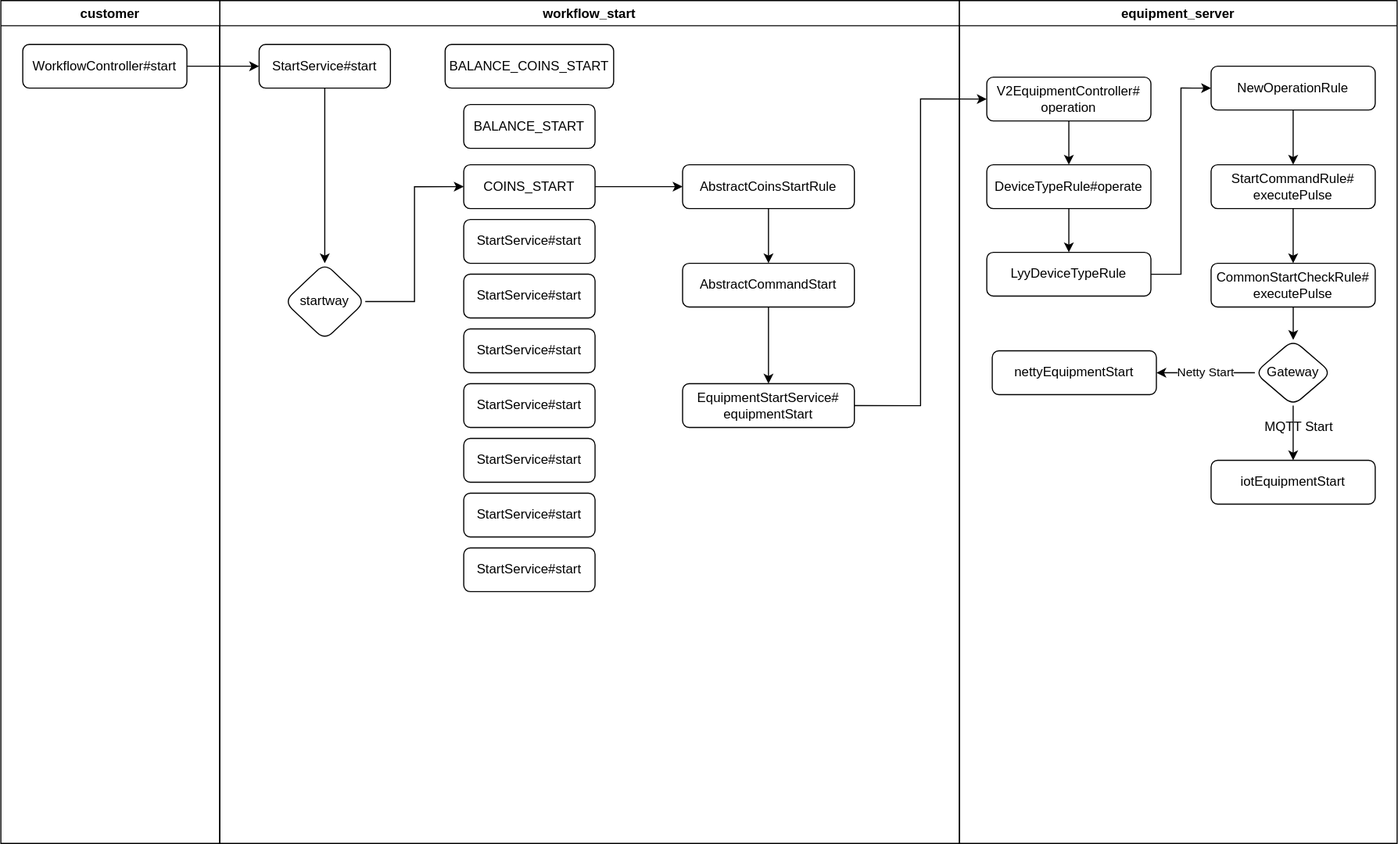
Before: start flow.drawio.svg, a diagram exported from draw.io (jingwux/diagrams). Source tidied: cells renumbered, new cells last; positions are measured from the earlier drawing's top-left corner, leaving out a move shared by most shapes.
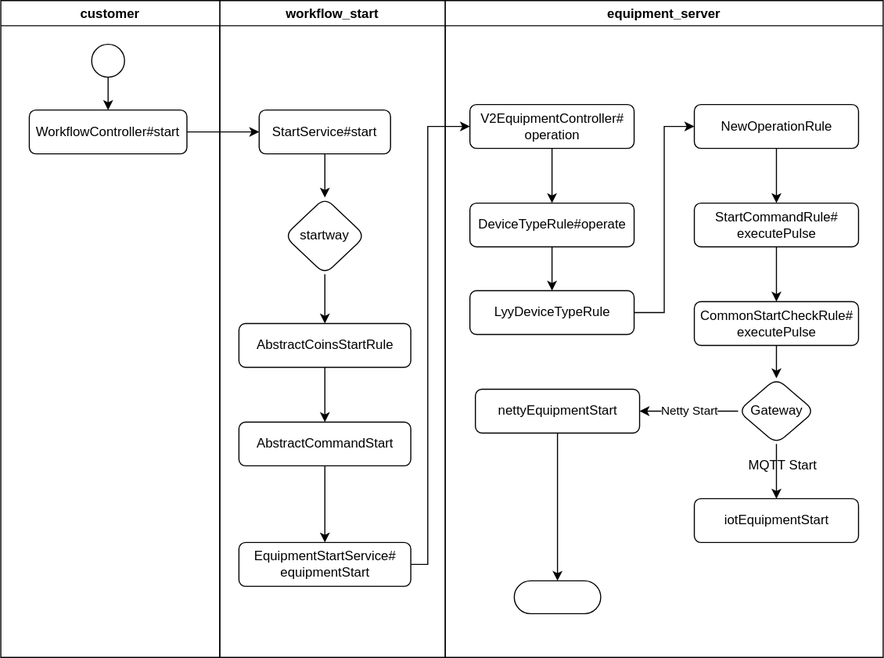
The same file after the commit.

The edit, as a diff of the source:
```diff
@@ -2,113 +2,93 @@
   <root>
     <mxCell id="0" />
     <mxCell id="1" parent="0" />
+    <mxCell id="46" style="group;flipH=1;flipV=1;" parent="1" vertex="1">
+      <mxGeometry x="186" y="60" width="806" height="600" as="geometry" />
+    </mxCell>
-    <mxCell id="2" value="workflow_start" style="swimlane;labelBackgroundColor=default;" parent="1" vertex="1">
-      <mxGeometry x="200" width="676" height="770" as="geometry" />
+    <mxCell id="2" value="workflow_start" style="swimlane;labelBackgroundColor=default;" parent="46" vertex="1">
+      <mxGeometry x="200" width="206" height="600" as="geometry" />
     </mxCell>
     <mxCell id="3" style="edgeStyle=orthogonalEdgeStyle;rounded=0;jettySize=auto;html=1;" parent="2" edge="1" source="4" target="6">
       <mxGeometry relative="1" as="geometry" />
     </mxCell>
     <mxCell id="4" value="StartService#start" style="rounded=1;whiteSpace=wrap;html=1;fontSize=12;glass=0;strokeWidth=1;shadow=0;" parent="2" vertex="1">
-      <mxGeometry x="36" y="40" width="120" height="40" as="geometry" />
+      <mxGeometry x="36" y="100" width="120" height="40" as="geometry" />
     </mxCell>
-    <mxCell id="5" style="edgeStyle=orthogonalEdgeStyle;rounded=0;jettySize=auto;html=1;exitX=1;exitY=0.5;exitDx=0;exitDy=0;entryX=0;entryY=0.5;entryDx=0;entryDy=0;" parent="2" edge="1" source="6" target="9">
+    <mxCell id="5" style="edgeStyle=orthogonalEdgeStyle;rounded=0;jettySize=auto;html=1;entryX=0.5;entryY=0;entryDx=0;entryDy=0;exitX=0.5;exitY=1;exitDx=0;exitDy=0;" parent="2" edge="1" source="6" target="19">
       <mxGeometry relative="1" as="geometry" />
     </mxCell>
     <mxCell id="6" value="startway" style="rhombus;whiteSpace=wrap;html=1;rounded=1;shadow=0;strokeWidth=1;glass=0;" parent="2" vertex="1">
-      <mxGeometry x="59" y="240" width="74" height="70" as="geometry" />
+      <mxGeometry x="59" y="180" width="74" height="70" as="geometry" />
     </mxCell>
-    <mxCell id="7" value="StartService#start" style="rounded=1;whiteSpace=wrap;html=1;fontSize=12;glass=0;strokeWidth=1;shadow=0;" parent="2" vertex="1">
-      <mxGeometry x="223" y="500" width="120" height="40" as="geometry" />
-    </mxCell>
-    <mxCell id="8" style="edgeStyle=orthogonalEdgeStyle;rounded=0;jettySize=auto;html=1;" parent="2" edge="1" source="9" target="19">
-      <mxGeometry relative="1" as="geometry" />
-    </mxCell>
-    <mxCell id="9" value="COINS_START" style="rounded=1;whiteSpace=wrap;html=1;fontSize=12;glass=0;strokeWidth=1;shadow=0;" parent="2" vertex="1">
-      <mxGeometry x="223" y="150" width="120" height="40" as="geometry" />
-    </mxCell>
-    <mxCell id="10" value="BALANCE_START" style="rounded=1;whiteSpace=wrap;html=1;fontSize=12;glass=0;strokeWidth=1;shadow=0;" parent="2" vertex="1">
-      <mxGeometry x="223" y="95" width="120" height="40" as="geometry" />
-    </mxCell>
-    <mxCell id="11" value="BALANCE_COINS_START" style="rounded=1;whiteSpace=wrap;html=1;fontSize=12;glass=0;strokeWidth=1;shadow=0;" parent="2" vertex="1">
-      <mxGeometry x="206" y="40" width="154" height="40" as="geometry" />
-    </mxCell>
-    <mxCell id="12" value="StartService#start" style="rounded=1;whiteSpace=wrap;html=1;fontSize=12;glass=0;strokeWidth=1;shadow=0;" parent="2" vertex="1">
-      <mxGeometry x="223" y="200" width="120" height="40" as="geometry" />
-    </mxCell>
-    <mxCell id="13" value="StartService#start" style="rounded=1;whiteSpace=wrap;html=1;fontSize=12;glass=0;strokeWidth=1;shadow=0;" parent="2" vertex="1">
-      <mxGeometry x="223" y="250" width="120" height="40" as="geometry" />
-    </mxCell>
-    <mxCell id="14" value="StartService#start" style="rounded=1;whiteSpace=wrap;html=1;fontSize=12;glass=0;strokeWidth=1;shadow=0;" parent="2" vertex="1">
-      <mxGeometry x="223" y="300" width="120" height="40" as="geometry" />
-    </mxCell>
-    <mxCell id="15" value="StartService#start" style="rounded=1;whiteSpace=wrap;html=1;fontSize=12;glass=0;strokeWidth=1;shadow=0;" parent="2" vertex="1">
-      <mxGeometry x="223" y="350" width="120" height="40" as="geometry" />
-    </mxCell>
-    <mxCell id="16" value="StartService#start" style="rounded=1;whiteSpace=wrap;html=1;fontSize=12;glass=0;strokeWidth=1;shadow=0;" parent="2" vertex="1">
-      <mxGeometry x="223" y="400" width="120" height="40" as="geometry" />
-    </mxCell>
-    <mxCell id="17" value="StartService#start" style="rounded=1;whiteSpace=wrap;html=1;fontSize=12;glass=0;strokeWidth=1;shadow=0;" parent="2" vertex="1">
-      <mxGeometry x="223" y="450" width="120" height="40" as="geometry" />
-    </mxCell>
     <mxCell id="18" style="edgeStyle=orthogonalEdgeStyle;rounded=0;jettySize=auto;html=1;" parent="2" edge="1" source="19" target="21">
       <mxGeometry relative="1" as="geometry" />
     </mxCell>
     <mxCell id="19" value="AbstractCoinsStartRule" style="rounded=1;whiteSpace=wrap;html=1;fontSize=12;glass=0;strokeWidth=1;shadow=0;" parent="2" vertex="1">
-      <mxGeometry x="423" y="150" width="157" height="40" as="geometry" />
+      <mxGeometry x="17.5" y="295" width="157" height="40" as="geometry" />
     </mxCell>
     <mxCell id="20" style="edgeStyle=orthogonalEdgeStyle;rounded=0;jettySize=auto;html=1;" parent="2" edge="1" source="21" target="22">
       <mxGeometry relative="1" as="geometry" />
     </mxCell>
     <mxCell id="21" value="AbstractCommandStart" style="rounded=1;whiteSpace=wrap;html=1;fontSize=12;glass=0;strokeWidth=1;shadow=0;" parent="2" vertex="1">
-      <mxGeometry x="423" y="240" width="157" height="40" as="geometry" />
+      <mxGeometry x="17.5" y="385" width="157" height="40" as="geometry" />
     </mxCell>
     <mxCell id="22" value="EquipmentStartService#&lt;br&gt;equipmentStart" style="rounded=1;whiteSpace=wrap;html=1;fontSize=12;glass=0;strokeWidth=1;shadow=0;" parent="2" vertex="1">
-      <mxGeometry x="423" y="350" width="157" height="40" as="geometry" />
+      <mxGeometry x="17.5" y="495" width="157" height="40" as="geometry" />
     </mxCell>
-    <mxCell id="23" value="customer" style="swimlane;" parent="1" vertex="1">
-      <mxGeometry width="200" height="770" as="geometry" />
+    <mxCell id="23" value="customer" style="swimlane;" parent="46" vertex="1">
+      <mxGeometry width="200" height="600" as="geometry" />
     </mxCell>
     <mxCell id="24" value="WorkflowController#start" style="rounded=1;whiteSpace=wrap;html=1;fontSize=12;glass=0;strokeWidth=1;shadow=0;" parent="23" vertex="1">
-      <mxGeometry x="20" y="40" width="150" height="40" as="geometry" />
+      <mxGeometry x="26" y="100" width="144" height="40" as="geometry" />
     </mxCell>
+    <mxCell id="47" style="edgeStyle=orthogonalEdgeStyle;rounded=0;jettySize=auto;html=1;exitX=0.5;exitY=1;exitDx=0;exitDy=0;exitPerimeter=0;entryX=0.5;entryY=0;entryDx=0;entryDy=0;" parent="23" edge="1" source="48" target="24">
+      <mxGeometry relative="1" as="geometry">
+        <Array as="points">
+          <mxPoint x="98" y="70" />
+        </Array>
+      </mxGeometry>
+    </mxCell>
+    <mxCell id="48" style="strokeWidth=1;html=1;shape=mxgraph.flowchart.start_2;whiteSpace=wrap;" parent="23" vertex="1">
+      <mxGeometry x="83" y="40" width="30" height="30" as="geometry" />
+    </mxCell>
-    <mxCell id="25" style="edgeStyle=orthogonalEdgeStyle;rounded=0;jettySize=auto;html=1;exitX=1;exitY=0.5;exitDx=0;exitDy=0;entryX=0;entryY=0.5;entryDx=0;entryDy=0;" parent="1" edge="1" source="24" target="4">
+    <mxCell id="25" style="edgeStyle=orthogonalEdgeStyle;rounded=0;jettySize=auto;html=1;exitX=1;exitY=0.5;exitDx=0;exitDy=0;entryX=0;entryY=0.5;entryDx=0;entryDy=0;" parent="46" edge="1" source="24" target="4">
       <mxGeometry relative="1" as="geometry" />
     </mxCell>
-    <mxCell id="26" value="equipment_server" style="swimlane;" parent="1" vertex="1">
-      <mxGeometry x="876" width="400" height="770" as="geometry" />
+    <mxCell id="26" value="equipment_server" style="swimlane;" parent="46" vertex="1">
+      <mxGeometry x="406" width="400" height="600" as="geometry" />
     </mxCell>
     <mxCell id="27" style="edgeStyle=orthogonalEdgeStyle;rounded=0;jettySize=auto;html=1;" parent="26" edge="1" source="28" target="30">
       <mxGeometry relative="1" as="geometry" />
     </mxCell>
     <mxCell id="28" value="V2EquipmentController#&lt;br&gt;operation" style="rounded=1;whiteSpace=wrap;html=1;fontSize=12;glass=0;strokeWidth=1;shadow=0;" parent="26" vertex="1">
-      <mxGeometry x="25" y="70" width="150" height="40" as="geometry" />
+      <mxGeometry x="22.5" y="95" width="150" height="40" as="geometry" />
     </mxCell>
     <mxCell id="29" style="edgeStyle=orthogonalEdgeStyle;rounded=0;jettySize=auto;html=1;exitX=0.5;exitY=1;exitDx=0;exitDy=0;" parent="26" edge="1" source="30" target="32">
       <mxGeometry relative="1" as="geometry" />
     </mxCell>
     <mxCell id="30" value="DeviceTypeRule#operate" style="rounded=1;whiteSpace=wrap;html=1;fontSize=12;glass=0;strokeWidth=1;shadow=0;" parent="26" vertex="1">
-      <mxGeometry x="25" y="150" width="150" height="40" as="geometry" />
+      <mxGeometry x="22.5" y="185" width="150" height="40" as="geometry" />
     </mxCell>
     <mxCell id="31" style="edgeStyle=orthogonalEdgeStyle;rounded=0;jettySize=auto;html=1;entryX=0;entryY=0.5;entryDx=0;entryDy=0;" parent="26" edge="1" source="32" target="34">
       <mxGeometry relative="1" as="geometry" />
     </mxCell>
     <mxCell id="32" value="LyyDeviceTypeRule" style="rounded=1;whiteSpace=wrap;html=1;fontSize=12;glass=0;strokeWidth=1;shadow=0;" parent="26" vertex="1">
-      <mxGeometry x="25" y="230" width="150" height="40" as="geometry" />
+      <mxGeometry x="22.5" y="265" width="150" height="40" as="geometry" />
     </mxCell>
     <mxCell id="33" style="edgeStyle=orthogonalEdgeStyle;rounded=0;jettySize=auto;html=1;" parent="26" edge="1" source="34" target="36">
       <mxGeometry relative="1" as="geometry" />
     </mxCell>
     <mxCell id="34" value="NewOperationRule" style="rounded=1;whiteSpace=wrap;html=1;fontSize=12;glass=0;strokeWidth=1;shadow=0;" parent="26" vertex="1">
-      <mxGeometry x="230" y="60" width="150" height="40" as="geometry" />
+      <mxGeometry x="227.5" y="95" width="150" height="40" as="geometry" />
     </mxCell>
     <mxCell id="35" style="edgeStyle=orthogonalEdgeStyle;rounded=0;jettySize=auto;html=1;" parent="26" edge="1" source="36" target="37">
       <mxGeometry relative="1" as="geometry" />
     </mxCell>
     <mxCell id="36" value="StartCommandRule#&lt;br&gt;executePulse" style="rounded=1;whiteSpace=wrap;html=1;fontSize=12;glass=0;strokeWidth=1;shadow=0;" parent="26" vertex="1">
-      <mxGeometry x="230" y="150" width="150" height="40" as="geometry" />
+      <mxGeometry x="227.5" y="185" width="150" height="40" as="geometry" />
     </mxCell>
     <mxCell id="37" value="CommonStartCheckRule#&lt;br&gt;executePulse" style="rounded=1;whiteSpace=wrap;html=1;fontSize=12;glass=0;strokeWidth=1;shadow=0;" parent="26" vertex="1">
-      <mxGeometry x="230" y="240" width="150" height="40" as="geometry" />
+      <mxGeometry x="227.5" y="275" width="150" height="40" as="geometry" />
     </mxCell>
     <mxCell id="38" value="Netty Start" style="edgeStyle=orthogonalEdgeStyle;rounded=0;jettySize=auto;html=1;exitX=0;exitY=0.5;exitDx=0;exitDy=0;entryX=1;entryY=0.5;entryDx=0;entryDy=0;" parent="26" edge="1" source="40" target="42">
       <mxGeometry relative="1" as="geometry" />
@@ -117,22 +97,33 @@
       <mxGeometry relative="1" as="geometry" />
     </mxCell>
     <mxCell id="40" value="Gateway" style="rhombus;whiteSpace=wrap;html=1;rounded=1;shadow=0;strokeWidth=1;glass=0;" parent="26" vertex="1">
-      <mxGeometry x="270" y="310" width="70" height="60" as="geometry" />
+      <mxGeometry x="267.5" y="345" width="70" height="60" as="geometry" />
     </mxCell>
     <mxCell id="41" style="edgeStyle=orthogonalEdgeStyle;rounded=0;jettySize=auto;html=1;" parent="26" edge="1" source="37" target="40">
       <mxGeometry relative="1" as="geometry" />
     </mxCell>
+    <mxCell id="49" style="edgeStyle=orthogonalEdgeStyle;rounded=0;jettySize=auto;html=1;exitX=0.5;exitY=1;exitDx=0;exitDy=0;entryX=0.5;entryY=0.5;entryDx=0;entryDy=-15;entryPerimeter=0;" parent="26" edge="1" source="42" target="50">
+      <mxGeometry relative="1" as="geometry" />
+    </mxCell>
     <mxCell id="42" value="nettyEquipmentStart" style="rounded=1;whiteSpace=wrap;html=1;fontSize=12;glass=0;strokeWidth=1;shadow=0;" parent="26" vertex="1">
-      <mxGeometry x="30" y="320" width="150" height="40" as="geometry" />
+      <mxGeometry x="27.5" y="355" width="150" height="40" as="geometry" />
     </mxCell>
     <mxCell id="43" value="iotEquipmentStart" style="rounded=1;whiteSpace=wrap;html=1;fontSize=12;glass=0;strokeWidth=1;shadow=0;" parent="26" vertex="1">
-      <mxGeometry x="230" y="420" width="150" height="40" as="geometry" />
+      <mxGeometry x="227.5" y="455" width="150" height="40" as="geometry" />
     </mxCell>
     <mxCell id="44" value="MQTT Start" style="text;html=1;align=center;verticalAlign=middle;strokeColor=none;fillColor=none;" parent="26" vertex="1">
-      <mxGeometry x="270" y="380" width="80" height="20" as="geometry" />
+      <mxGeometry x="267.5" y="415" width="80" height="20" as="geometry" />
     </mxCell>
+    <mxCell id="50" style="html=1;dashed=0;whitespace=wrap;shape=mxgraph.dfd.start;" parent="26" vertex="1">
+      <mxGeometry x="63" y="530" width="79" height="30" as="geometry" />
+    </mxCell>
-    <mxCell id="45" style="edgeStyle=orthogonalEdgeStyle;rounded=0;jettySize=auto;html=1;exitX=1;exitY=0.5;exitDx=0;exitDy=0;entryX=0;entryY=0.5;entryDx=0;entryDy=0;" parent="1" edge="1" source="22" target="28">
-      <mxGeometry relative="1" as="geometry" />
+    <mxCell id="45" style="edgeStyle=orthogonalEdgeStyle;rounded=0;jettySize=auto;html=1;exitX=1;exitY=0.5;exitDx=0;exitDy=0;entryX=0;entryY=0.5;entryDx=0;entryDy=0;" parent="46" edge="1" source="22" target="28">
+      <mxGeometry relative="1" as="geometry">
+        <Array as="points">
+          <mxPoint x="390" y="515" />
+          <mxPoint x="390" y="115" />
+        </Array>
+      </mxGeometry>
     </mxCell>
   </root>
 </mxGraphModel>
```
